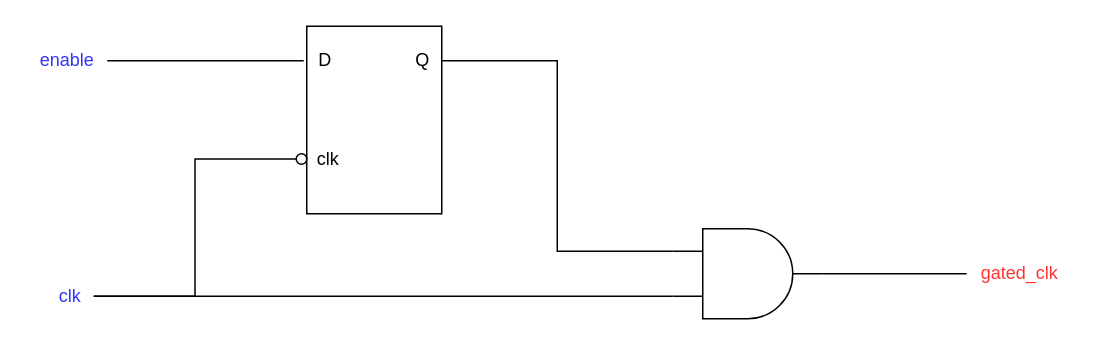
This is page "clock_gating_cell" (9 of 12) of system_design/Design.drawio from mostafa-elgendy22/PrUcess, a draw.io file, before an edit. Source tidied: cells renumbered, new cells numbered last; positions are measured from the earlier drawing's top-left corner, leaving out a move shared by most shapes. Both pictures are drawn from the tidied source at 150%, with x=0, y=0 at pixel (26, 26).
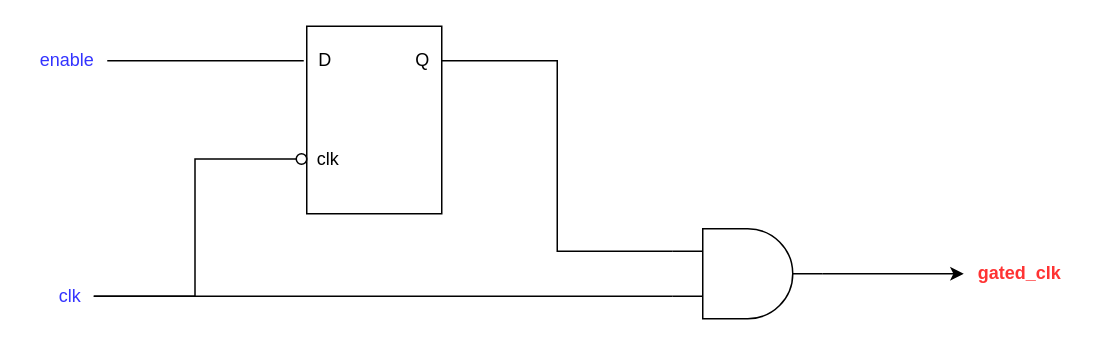
After the change.

What changed in the source:
```diff
@@
 <mxGraphModel>
   <root>
     <mxCell id="0" />
     <mxCell id="1" parent="0" />
     <mxCell id="2" style="rounded=0;whiteSpace=wrap;html=1;fontSize=12;fontColor=#3333FF;" parent="1" vertex="1">
       <mxGeometry x="187" width="90" height="125" as="geometry" />
     </mxCell>
     <mxCell id="3" value="&lt;font color=&quot;#000000&quot;&gt;D&lt;/font&gt;" style="text;html=1;align=center;verticalAlign=middle;points=[];strokeColor=none;fillColor=none;fontSize=12;fontColor=#3333FF;" parent="1" vertex="1">
       <mxGeometry x="185" y="10" width="27" height="26" as="geometry" />
     </mxCell>
     <mxCell id="4" style="edgeStyle=orthogonalEdgeStyle;rounded=0;jettySize=auto;html=1;entryX=0;entryY=0.25;entryDx=0;entryDy=0;entryPerimeter=0;fontSize=12;fontColor=#000000;endArrow=none;endFill=0;" parent="1" edge="1" source="5" target="9">
       <mxGeometry relative="1" as="geometry" />
     </mxCell>
     <mxCell id="5" value="&lt;font color=&quot;#000000&quot;&gt;Q&lt;/font&gt;" style="text;html=1;align=center;verticalAlign=middle;points=[];strokeColor=none;fillColor=none;fontSize=12;fontColor=#3333FF;" parent="1" vertex="1">
       <mxGeometry x="250" y="10" width="27" height="26" as="geometry" />
     </mxCell>
     <mxCell id="6" value="&lt;font color=&quot;#000000&quot;&gt;clk&lt;/font&gt;" style="text;html=1;align=center;verticalAlign=middle;strokeColor=none;fillColor=none;fontSize=12;fontColor=#3333FF;" parent="1" vertex="1">
       <mxGeometry x="184" y="75.5" width="33" height="26" as="geometry" />
     </mxCell>
     <mxCell id="7" style="ellipse;whiteSpace=wrap;html=1;fontSize=12;fontColor=#000000;" parent="1" vertex="1">
       <mxGeometry x="180" y="85" width="7" height="7" as="geometry" />
     </mxCell>
-    <mxCell id="8" style="edgeStyle=orthogonalEdgeStyle;rounded=0;jettySize=auto;html=1;exitX=1;exitY=0.5;exitDx=0;exitDy=0;exitPerimeter=0;fontSize=12;fontColor=#FF3333;endArrow=none;endFill=0;" parent="1" edge="1" source="9" target="15">
+    <mxCell id="8" style="edgeStyle=orthogonalEdgeStyle;rounded=0;jettySize=auto;html=1;exitX=1;exitY=0.5;exitDx=0;exitDy=0;exitPerimeter=0;fontSize=12;fontColor=#FF3333;endArrow=classic;endFill=1;" parent="1" edge="1" source="9" target="15">
       <mxGeometry relative="1" as="geometry" />
     </mxCell>
     <mxCell id="9" style="verticalLabelPosition=bottom;shadow=0;dashed=0;align=center;html=1;verticalAlign=top;shape=mxgraph.electrical.logic_gates.logic_gate;operation=and;fontSize=12;fontColor=#000000;" parent="1" vertex="1">
       <mxGeometry x="431" y="135" width="100" height="60" as="geometry" />
     </mxCell>
     <mxCell id="10" style="edgeStyle=orthogonalEdgeStyle;rounded=0;jettySize=auto;html=1;entryX=0;entryY=0.5;entryDx=0;entryDy=0;fontSize=12;fontColor=#000000;endArrow=none;endFill=0;" parent="1" edge="1" source="12" target="7">
       <mxGeometry relative="1" as="geometry" />
     </mxCell>
     <mxCell id="11" style="edgeStyle=orthogonalEdgeStyle;rounded=0;jettySize=auto;html=1;entryX=0;entryY=0.75;entryDx=0;entryDy=0;entryPerimeter=0;fontSize=12;fontColor=#000000;endArrow=none;endFill=0;" parent="1" edge="1" source="12" target="9">
       <mxGeometry relative="1" as="geometry" />
     </mxCell>
     <mxCell id="12" value="&lt;font color=&quot;#3333ff&quot;&gt;clk&lt;/font&gt;" style="text;html=1;align=center;verticalAlign=middle;points=[];strokeColor=none;fillColor=none;fontSize=12;fontColor=#000000;" parent="1" vertex="1">
       <mxGeometry x="12" y="167" width="33" height="26" as="geometry" />
     </mxCell>
     <mxCell id="13" style="edgeStyle=orthogonalEdgeStyle;rounded=0;jettySize=auto;html=1;fontSize=12;fontColor=#000000;endArrow=none;endFill=0;" parent="1" edge="1" source="14" target="3">
       <mxGeometry relative="1" as="geometry" />
     </mxCell>
     <mxCell id="14" value="&lt;font color=&quot;#3333ff&quot;&gt;enable&lt;/font&gt;" style="text;html=1;align=center;verticalAlign=middle;points=[];strokeColor=none;fillColor=none;fontSize=12;fontColor=#000000;" parent="1" vertex="1">
       <mxGeometry y="10" width="54" height="26" as="geometry" />
     </mxCell>
-    <mxCell id="15" value="&lt;font color=&quot;#ff3333&quot;&gt;gated_clk&lt;/font&gt;" style="text;html=1;align=center;verticalAlign=middle;points=[];strokeColor=none;fillColor=none;fontSize=12;fontColor=#000000;" parent="1" vertex="1">
-      <mxGeometry x="627" y="152" width="69" height="26" as="geometry" />
+    <mxCell id="15" value="&lt;font color=&quot;#ff3333&quot;&gt;&lt;b&gt;gated_clk&lt;/b&gt;&lt;/font&gt;" style="text;html=1;align=center;verticalAlign=middle;points=[];strokeColor=none;fillColor=none;fontSize=12;fontColor=#000000;" parent="1" vertex="1">
+      <mxGeometry x="625" y="152" width="73" height="26" as="geometry" />
     </mxCell>
   </root>
 </mxGraphModel>
```
